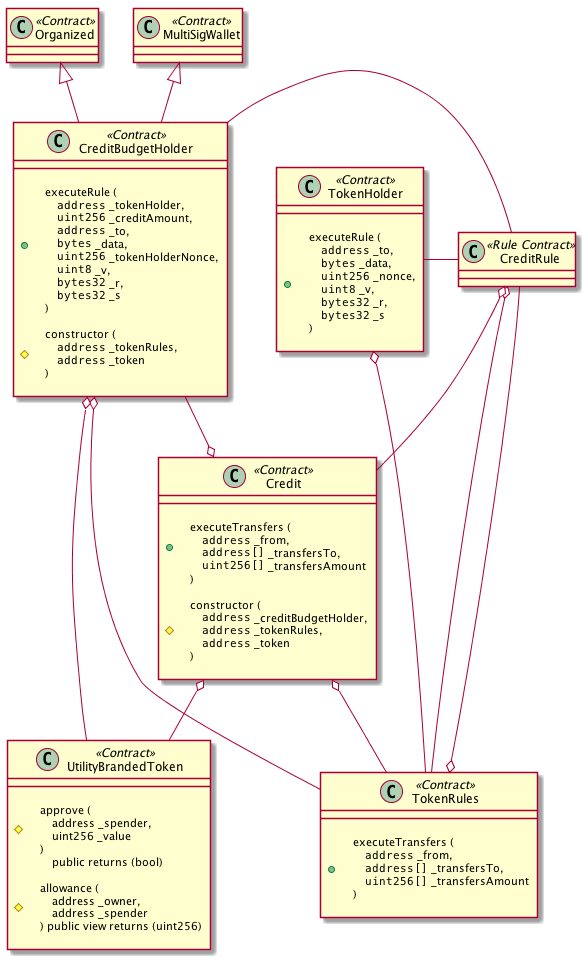
Earlier version of the PlantUML export OIPS/oip-draft-credit/credit-class-diagram.png (OpenST/OIPs).
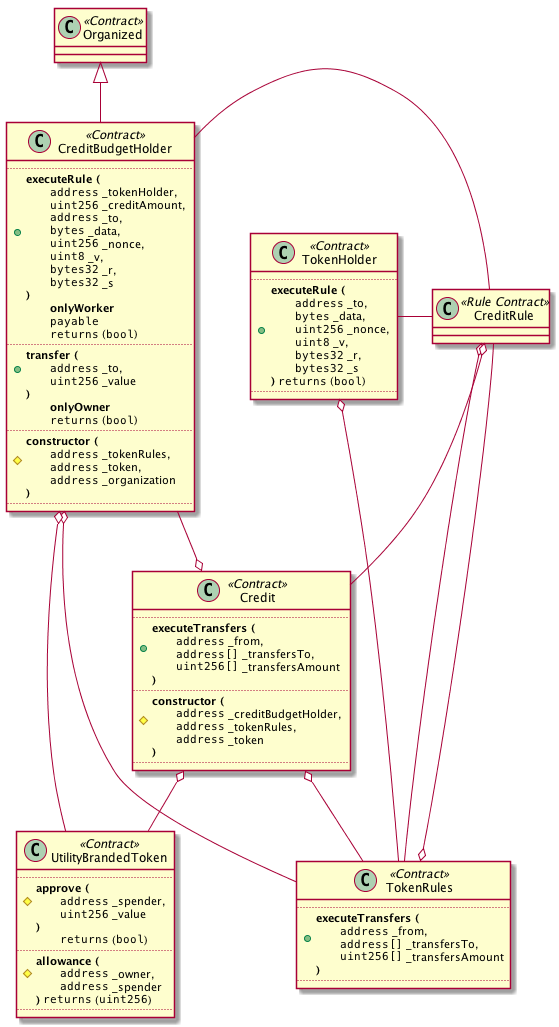
Later version of the same file.

Commit message:
CreditBudgetHolder is organized (only) and does not inherit from MultiSigWallet.

Change to the diagram source:
```diff
@@ -1,37 +1,58 @@
 @startuml credit-class-diagram
 
 class CreditBudgetHolder <<Contract>> {
-    +\n    executeRule ( \n        ""address"" _tokenHolder, \n        ""uint256"" _creditAmount, \n        ""address"" _to, \n        ""bytes"" _data, \n        ""uint256"" _tokenHolderNonce, \n        ""uint8"" _v, \n        ""bytes32"" _r, \n        ""bytes32"" _s \n    )
-    #\n    constructor ( \n        ""address"" _tokenRules, \n        ""address"" _token \n    ) \n
+    ..
+    +**executeRule (** \n        ""address"" _tokenHolder, \n        ""uint256"" _creditAmount, \n        ""address"" _to, \n        ""bytes"" _data, \n        ""uint256"" _nonce, \n        ""uint8"" _v, \n        ""bytes32"" _r, \n        ""bytes32"" _s
+    **)** \n        **onlyWorker** \n        ""payable"" \n        ""returns"" (""bool"")
+    ..
+    +**transfer (** \n        ""address"" _to, \n        ""uint256"" _value
+    **)** \n        **onlyOwner** \n        ""returns"" (""bool"")
+    ..
+    #**constructor (** \n        ""address"" _tokenRules, \n        ""address"" _token, \n        ""address"" _organization
+    **)**
+    ..
 }
 
 class TokenHolder <<Contract>> {
-    +\n    executeRule ( \n        ""address"" _to, \n        ""bytes"" _data, \n        ""uint256"" _nonce, \n        ""uint8"" _v, \n        ""bytes32"" _r, \n        ""bytes32"" _s \n    ) \n
+    ..
+    +**executeRule (** \n        ""address"" _to, \n        ""bytes"" _data, \n        ""uint256"" _nonce, \n        ""uint8"" _v, \n        ""bytes32"" _r, \n        ""bytes32"" _s
+    **)** ""returns"" (""bool"")
+    ..
 }
 
 class Credit <<Contract>> {
-    +\n    executeTransfers ( \n        ""address"" _from, \n        ""address[]"" _transfersTo, \n        ""uint256[]"" _transfersAmount \n    )
-    #\n    constructor ( \n        ""address"" _creditBudgetHolder, \n        ""address"" _tokenRules, \n        ""address"" _token \n    ) \n
+    ..
+    +**executeTransfers (** \n        ""address"" _from, \n        ""address[]"" _transfersTo, \n        ""uint256[]"" _transfersAmount
+    **)**
+    ..
+    #**constructor (** \n        ""address"" _creditBudgetHolder, \n        ""address"" _tokenRules, \n        ""address"" _token
+    **)**
+    ..
 }
 
 class UtilityBrandedToken <<Contract>> {
-    #\n    approve ( \n        address _spender, \n        uint256 _value \n    ) \n        public returns (bool)
-    #\n    allowance ( \n        address _owner, \n        address _spender \n    ) public view returns (uint256) \n
+    ..
+    #**approve (** \n        ""address"" _spender, \n        ""uint256"" _value
+    **)** \n        ""returns"" (""bool"")
+    ..
+    #**allowance (** \n        ""address"" _owner, \n        ""address"" _spender
+    **)** ""returns"" (""uint256"")
+    ..
 }
 
 class CreditRule <<Rule Contract>>
 
 class TokenRules <<Contract>> {
-    +\n    executeTransfers ( \n        ""address"" _from, \n        ""address[]"" _transfersTo, \n        ""uint256[]"" _transfersAmount \n    ) \n
+    ..
+    +**executeTransfers (** \n        ""address"" _from, \n        ""address[]"" _transfersTo, \n        ""uint256[]"" _transfersAmount
+    **)**
+    ..
 }
 
 class Organized <<Contract>>
 
-class MultiSigWallet <<Contract>>
-
 together {
     class Organized
-    class MultiSigWallet
     class CreditBudgetHolder
 }
 
@@ -41,7 +62,6 @@
 }
 
 Organized <|-- CreditBudgetHolder
-MultiSigWallet <|-- CreditBudgetHolder
 
 CreditBudgetHolder o-- TokenRules
 CreditBudgetHolder o-- UtilityBrandedToken
```
